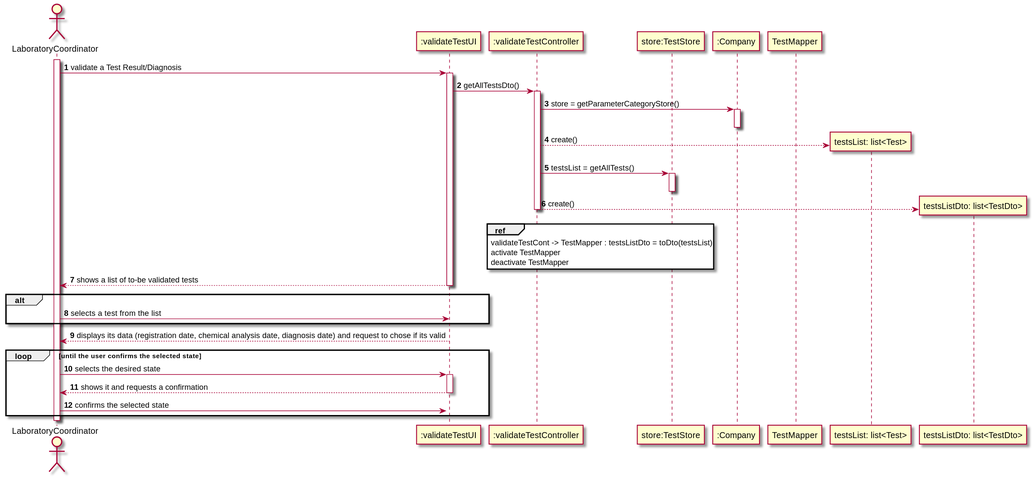
0franciscor/lei-21-s2-1de-g19 keeps this PlantUML diagram as docs/SprintC/US15/US15-SD.svg. Above is the earlier version.
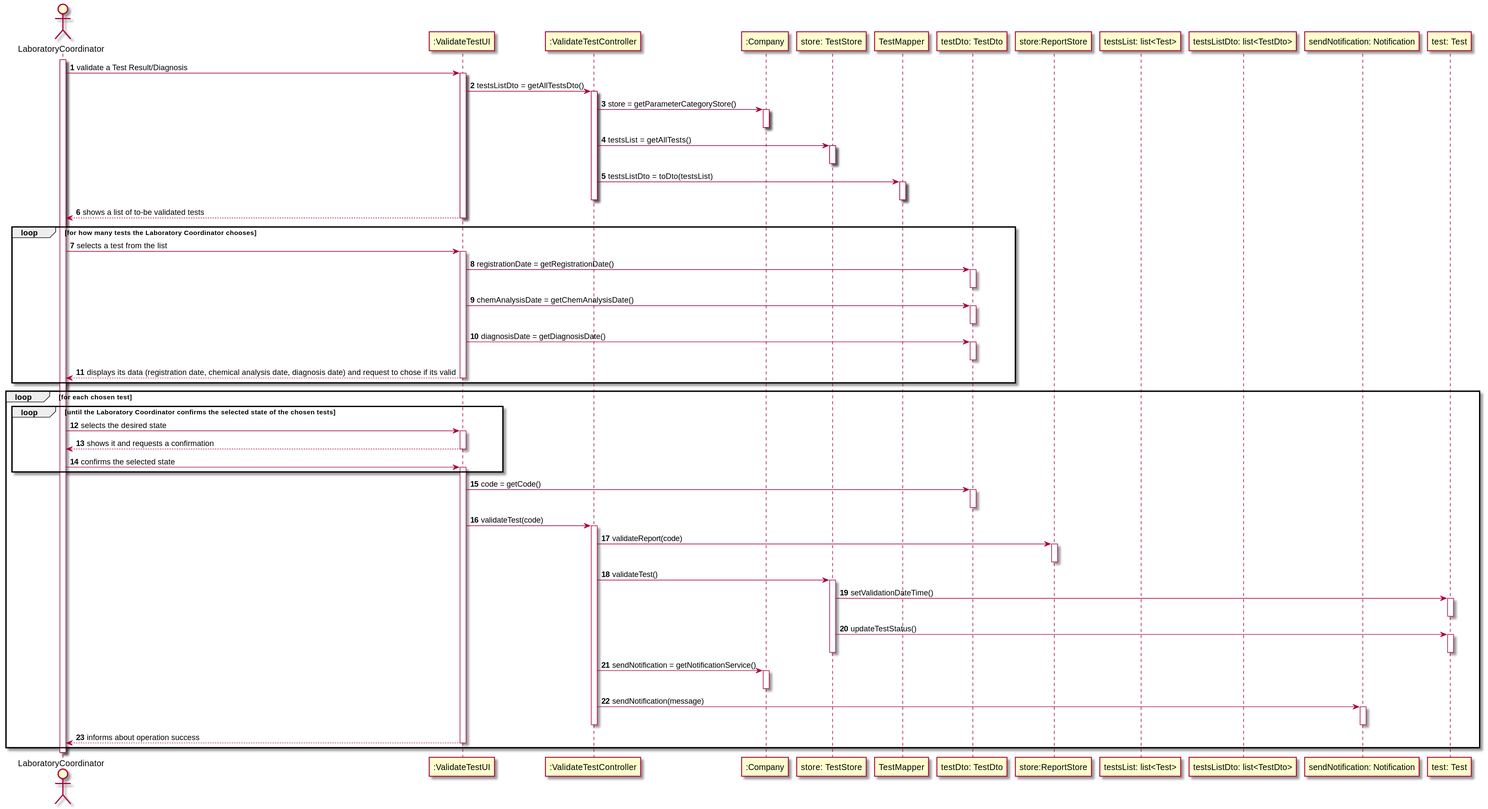
After the commit.

Diff of the diagram source:
```diff
@@ -1,58 +1,86 @@
 @startuml
 autonumber
+
 actor "LaboratoryCoordinator" as labC
 activate labC
 
-participant ":validateTestUI" as validateTestUI
-participant ":validateTestController" as validateTestCont
-participant "store:TestStore" as TestStore
+participant ":ValidateTestUI" as validateTestUI
+participant ":ValidateTestController" as validateTestCont
 participant ":Company" as comp
+participant "store: TestStore" as TestStore
 participant "TestMapper" as TestMapper
+participant "testDto: TestDto" as TestDto
+participant "store:ReportStore" as ReportStore
+participant "testsList: list<Test>" as testsList
+participant "testsListDto: list<TestDto>" as testsListDto
+participant "sendNotification: Notification" as notification
+participant "test: Test" as test
+
 
 labC -> validateTestUI : validate a Test Result/Diagnosis
 
+
 activate validateTestUI
-validateTestUI -> validateTestCont: getAllTestsDto()
+validateTestUI -> validateTestCont: testsListDto = getAllTestsDto()
 
 
 activate validateTestCont
+
 
 validateTestCont -> comp : store = getParameterCategoryStore()
 activate comp
 deactivate comp
 
 
-create "testsList: list<Test>" as testsList
-
-validateTestCont --> testsList : create()
-
 validateTestCont -> TestStore : testsList = getAllTests()
 activate TestStore
 deactivate TestStore
 
-create "testsListDto: list<TestDto>" as testsListDto
-validateTestCont --> testsListDto : create()
 
-ref over validateTestCont
 validateTestCont -> TestMapper : testsListDto = toDto(testsList)
 activate TestMapper
 deactivate TestMapper
-end ref
+
 
 deactivate validateTestCont
+
+
 validateTestUI --> labC : shows a list of to-be validated tests
 deactivate validateTestUI
 
-alt
+
+loop for how many tests the Laboratory Coordinator chooses
 labC -> validateTestUI : selects a test from the list
-end alt
 activate validateTestUI
+
+
+validateTestUI -> TestDto : registrationDate = getRegistrationDate()
+activate TestDto
+deactivate TestDto
+
+
+validateTestUI -> TestDto : chemAnalysisDate = getChemAnalysisDate()
+activate TestDto
+deactivate TestDto
+
+
+validateTestUI -> TestDto : diagnosisDate = getDiagnosisDate()
+activate TestDto
+deactivate TestDto
+
 
 validateTestUI --> labC : displays its data (registration date, chemical analysis date, diagnosis date) and request to chose if its valid
 deactivate validateTestUI
+end
 
 
-loop until the user confirms the selected state
+
+
+deactivate validateTestUI
+
+loop for each chosen test
+
+loop until the Laboratory Coordinator confirms the selected state of the chosen tests
 labC -> validateTestUI : selects the desired state
 activate validateTestUI
 
@@ -64,4 +92,48 @@
 activate validateTestUI
 end
 
+
+validateTestUI -> TestDto : code = getCode()
+activate TestDto
+deactivate TestDto
+
+
+validateTestUI -> validateTestCont : validateTest(code)
+
+
+activate validateTestCont
+validateTestCont -> ReportStore : validateReport(code)
+activate ReportStore
+deactivate ReportStore
+
+validateTestCont -> TestStore : validateTest()
+activate TestStore
+
+
+TestStore -> test : setValidationDateTime()
+activate test
+deactivate test
+
+
+TestStore -> test : updateTestStatus()
+activate test
+deactivate test
+deactivate TestStore
+
+
+validateTestCont -> comp: sendNotification = getNotificationService()
+activate comp
+deactivate comp
+
+validateTestCont -> notification: sendNotification(message)
+activate notification
+deactivate notification
+deactivate validateTestCont
+
+
+validateTestUI --> labC : informs about operation success
+deactivate validateTestCont
+deactivate validateTestUI
+
+end
 @enduml
```
